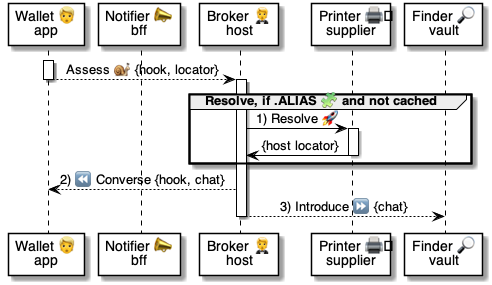
The PlantUML diagram 4 ⚙️ Solution/20 🧑‍🦰 UI/Brokers 🤵/🤵🅰️ Broker methods/Locators 🔆 Assess 🧑‍🦰🐌🤵/🤵 Assess ⚙️ uml.png in pollyweb-org/pollyweb-docs, before a commit. Its source is kept beside it as 4 ⚙️ Solution/20 🧑‍🦰 UI/Brokers 🤵/🤵🅰️ Broker methods/Locators 🔆 Assess 🧑‍🦰🐌🤵/🤵 Assess ⚙️ uml.puml. Source of this version:
```plantuml
@startuml 👉 Printer NFC-QR check-in

participant "Wallet 👱\napp" as wallet
participant "Finder 🔎\nvault" as finder

participant "Printer 🖨️\nsupplier" as printer


box "Broker 🤵" #FFFFFA
    participant "Handler 📃" as broker
    participant "Chats" as chats
    participant "Chatters" as chatters
end box



activate wallet
  wallet --> broker: Assess 🐌 {hook, locator}
deactivate wallet


activate broker

    group Resolve, if .ALIAS 🧩 and not cached

        broker -> printer: 1) Resolve 🚀

        activate printer
            printer -> broker: {host locator}
        deactivate printer

        broker -> chats:
        broker -> chatters:

    end group


    broker --> wallet: 2) ⏪ Converse {hook, chat}

    broker --> finder: 3) Introduce ⏩ {chat}
    deactivate broker

@enduml
```
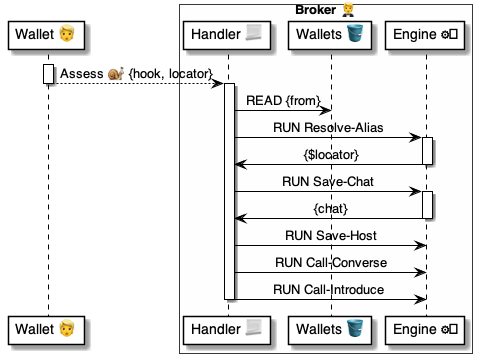
After the commit.

The edit, as a diff of the source:
```diff
@@ -1,15 +1,12 @@
 @startuml 👉 Printer NFC-QR check-in
 
-participant "Wallet 👱\napp" as wallet
-participant "Finder 🔎\nvault" as finder
-
-participant "Printer 🖨️\nsupplier" as printer
+participant "Wallet 👱" as wallet
 
 
 box "Broker 🤵" #FFFFFA
     participant "Handler 📃" as broker
-    participant "Chats" as chats
-    participant "Chatters" as chatters
+    participant "Wallets 🪣" as wallets
+    participant "Engine ⚙️" as engine
 end box
 
 
@@ -21,23 +18,25 @@
 
 activate broker
 
-    group Resolve, if .ALIAS 🧩 and not cached
+    broker -> wallets: READ {from}
 
-        broker -> printer: 1) Resolve 🚀
+    broker -> engine: RUN Resolve-Alias
+    activate engine
+        engine -> broker: {$locator}
+    deactivate engine
 
-        activate printer
-            printer -> broker: {host locator}
-        deactivate printer
+    broker -> engine: RUN Save-Chat
+    activate engine
+        engine -> broker: {chat}
+    deactivate engine
 
-        broker -> chats:
-        broker -> chatters:
+    broker -> engine: RUN Save-Host
 
-    end group
+    broker -> engine: RUN Call-Converse
+    broker -> engine: RUN Call-Introduce
 
 
-    broker --> wallet: 2) ⏪ Converse {hook, chat}
+deactivate broker
 
-    broker --> finder: 3) Introduce ⏩ {chat}
-    deactivate broker
 
 @enduml
```
